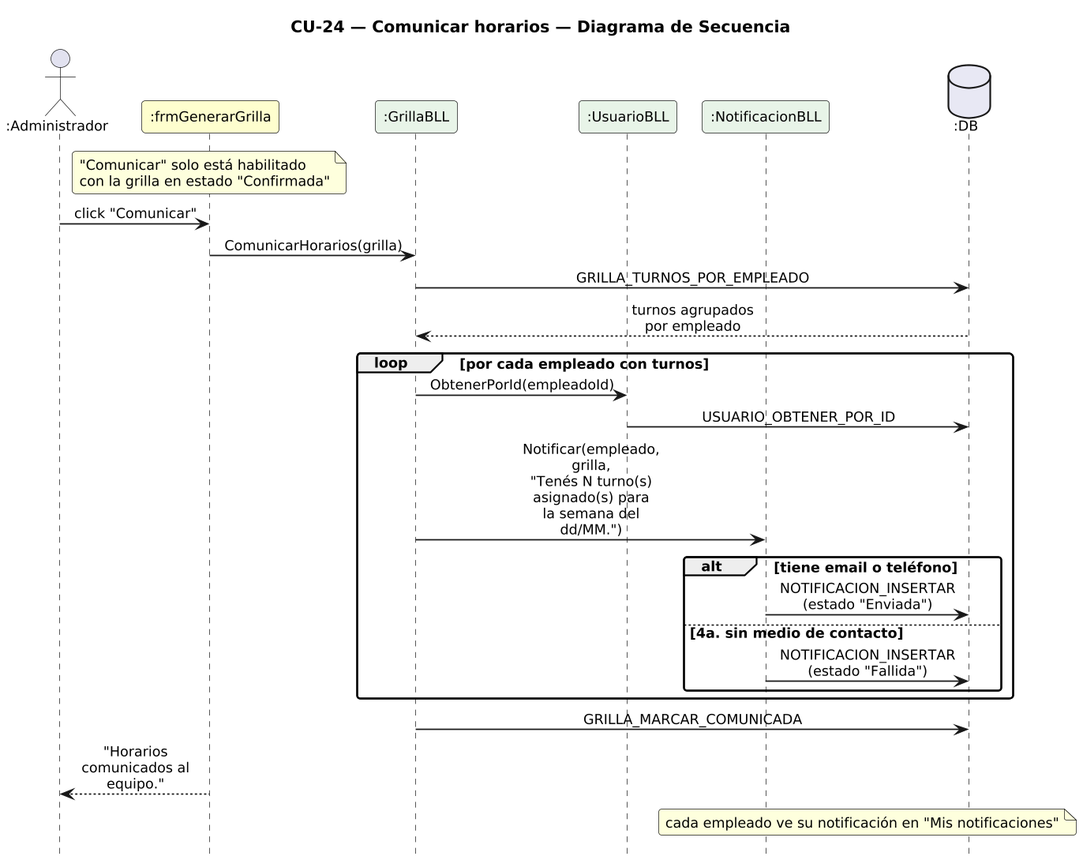
Above: DIAGRAMAS/DiagramaSecuencia_CU24_ComunicarHorarios.png in Urrels/ingenieria_software (PlantUML), before the change. Its diagram source:
```plantuml
@startuml DiagramaSecuencia_CU24_ComunicarHorarios

title CU-24 — Comunicar horarios — Diagrama de Secuencia

skinparam shadowing false
skinparam roundcorner 6
skinparam sequenceArrowThickness 1.2
skinparam ParticipantPadding 6
skinparam BoxPadding 4
skinparam maxMessageSize 115
skinparam sequenceMessageAlign center
skinparam defaultFontSize 12
skinparam dpi 140
hide footbox

actor ":Administrador" as A
participant ":frmGenerarGrilla" as F #FEFECE
participant ":GrillaBLL" as G #E8F4E8
participant ":UsuarioBLL" as UB #E8F4E8
participant ":NotificacionBLL" as N #E8F4E8
database ":DB" as DB #E8E8F4

note over F : "Comunicar" solo está habilitado\ncon la grilla en estado "Confirmada"
A -> F : click "Comunicar"
F -> G : ComunicarHorarios(grilla)
G -> DB : GRILLA_TURNOS_POR_EMPLEADO
DB --> G : turnos agrupados por empleado
loop por cada empleado con turnos
  G -> UB : ObtenerPorId(empleadoId)
  UB -> DB : USUARIO_OBTENER_POR_ID
  G -> N : Notificar(empleado, grilla,\n"Tenés N turno(s) asignado(s) para la semana del dd/MM.")
  alt tiene email o teléfono
    N -> DB : NOTIFICACION_INSERTAR (estado "Enviada")
  else 4a. sin medio de contacto
    N -> DB : NOTIFICACION_INSERTAR (estado "Fallida")
  end
end
G -> DB : GRILLA_MARCAR_COMUNICADA
F --> A : "Horarios comunicados al equipo."
note over N, DB : cada empleado ve su notificación en "Mis notificaciones"

@enduml
```
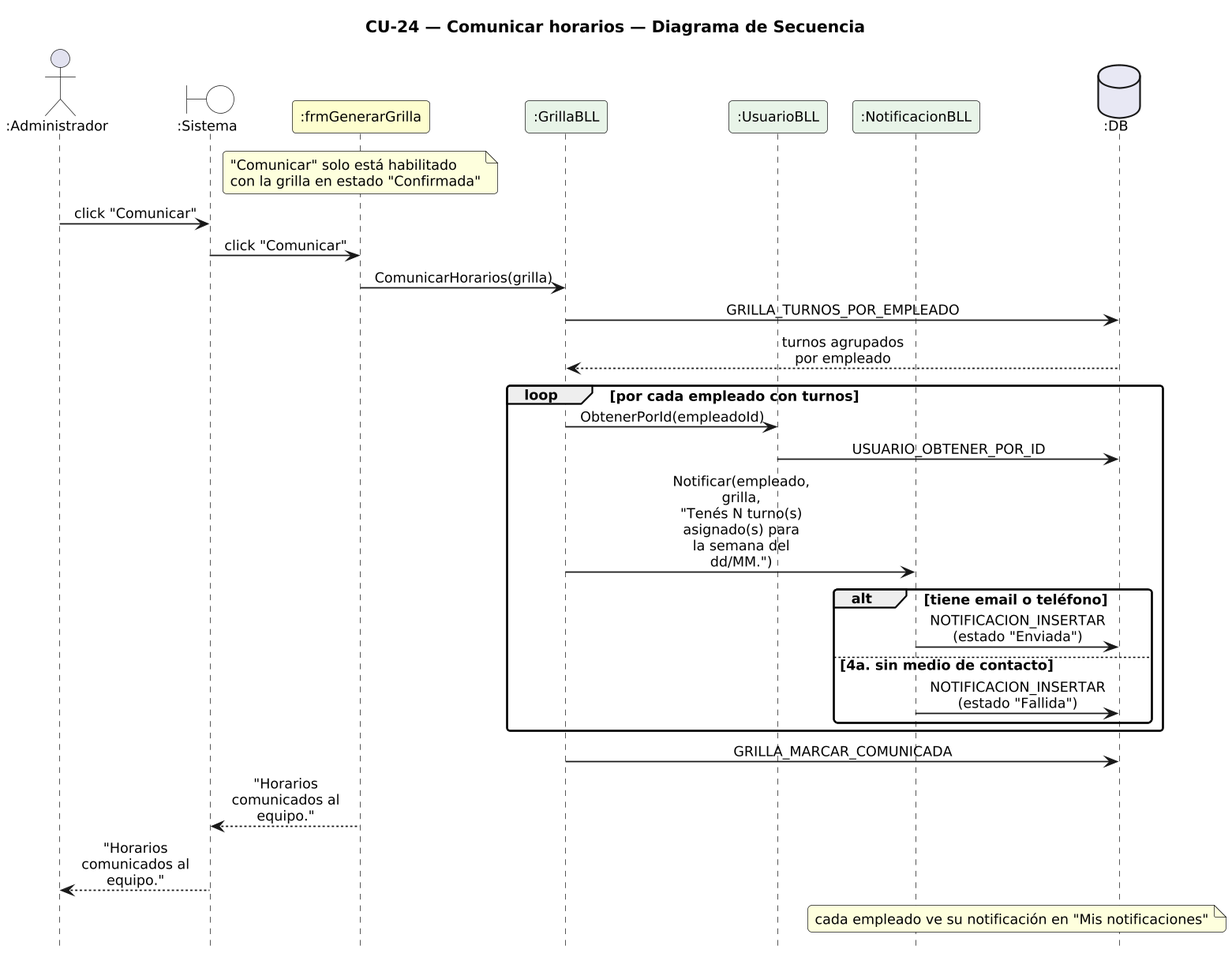
The same diagram one commit later.

What changed in the source:
```diff
@@ -14,6 +14,7 @@
 hide footbox
 
 actor ":Administrador" as A
+boundary ":Sistema" as SYS #FFFFFF
 participant ":frmGenerarGrilla" as F #FEFECE
 participant ":GrillaBLL" as G #E8F4E8
 participant ":UsuarioBLL" as UB #E8F4E8
@@ -21,7 +22,8 @@
 database ":DB" as DB #E8E8F4
 
 note over F : "Comunicar" solo está habilitado\ncon la grilla en estado "Confirmada"
-A -> F : click "Comunicar"
+A -> SYS : click "Comunicar"
+SYS -> F : click "Comunicar"
 F -> G : ComunicarHorarios(grilla)
 G -> DB : GRILLA_TURNOS_POR_EMPLEADO
 DB --> G : turnos agrupados por empleado
@@ -36,7 +38,8 @@
   end
 end
 G -> DB : GRILLA_MARCAR_COMUNICADA
-F --> A : "Horarios comunicados al equipo."
+F --> SYS : "Horarios comunicados al equipo."
+SYS --> A : "Horarios comunicados al equipo."
 note over N, DB : cada empleado ve su notificación en "Mis notificaciones"
 
 @enduml
```
